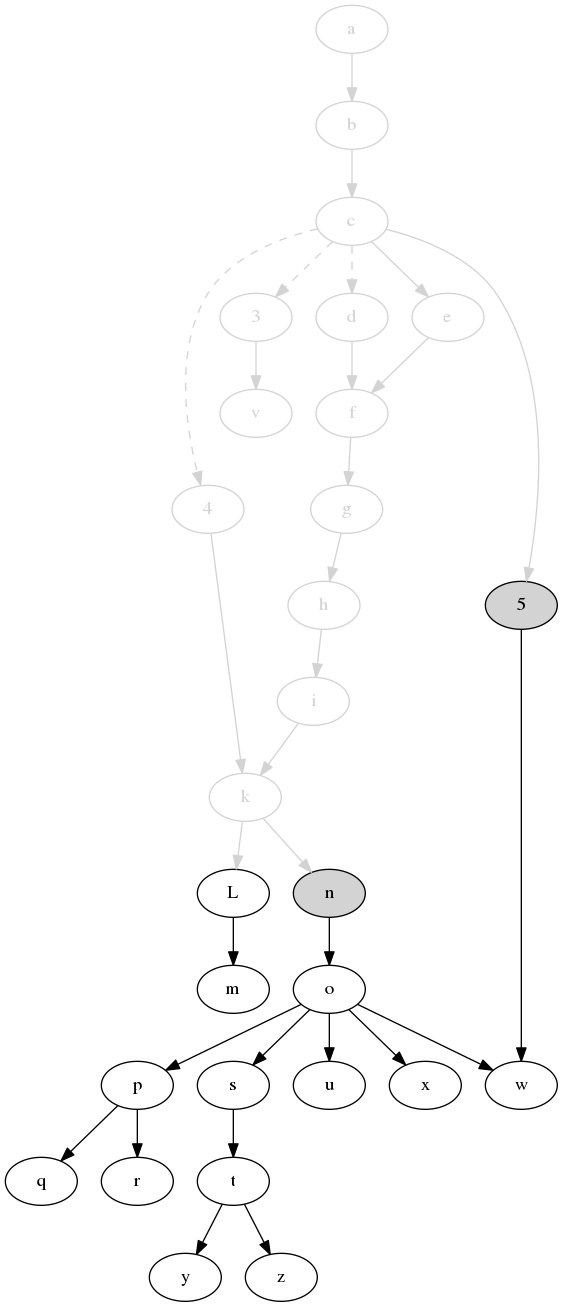
Above: svm-startup-deps.png in jdmpapin/svm-startup-deps (Graphviz), before the change. Its source is kept beside it as svm-startup-deps.dot.
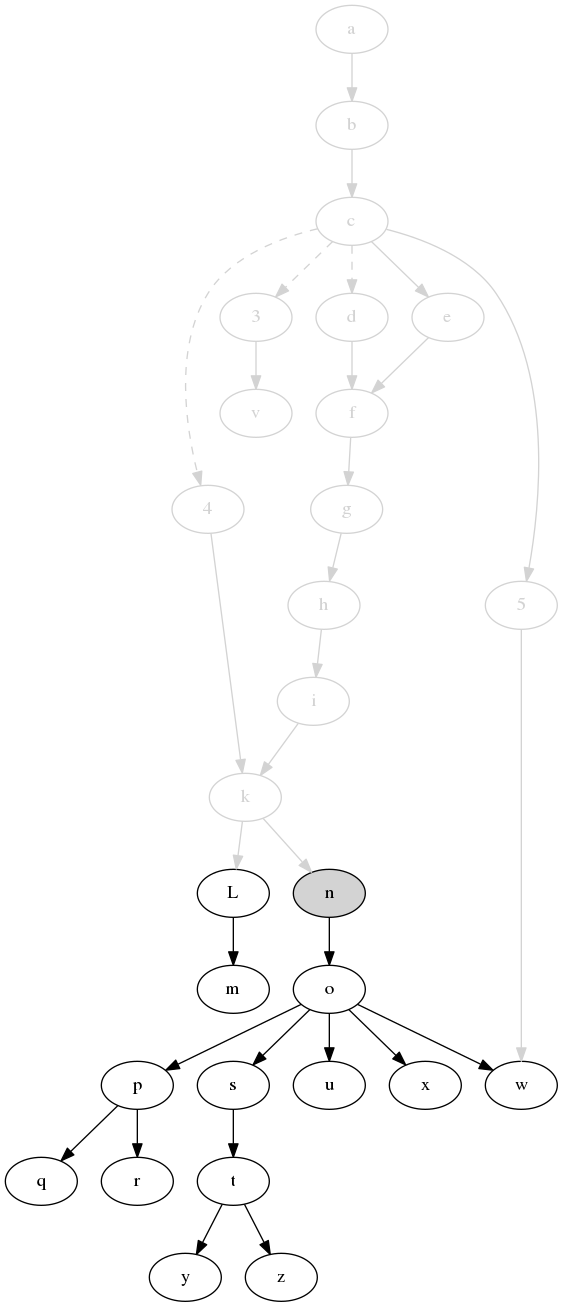
Above is the later version.

What changed in the source:
```diff
@@ -13,7 +13,7 @@
     k [color=lightgrey,fontcolor=lightgrey];
     L;
     m;
-    5 [style=filled,fillcolor=lightgrey];
+    5 [color=lightgrey,fontcolor=lightgrey];
     n [style=filled,fillcolor=lightgrey];
     o;
     p;
@@ -53,7 +53,7 @@
     o -> s;
     s -> t;
     o -> u;
-    5 -> w;
+    5 -> w [color=lightgrey];
     o -> w;
     o -> x;
     t -> y;
```
